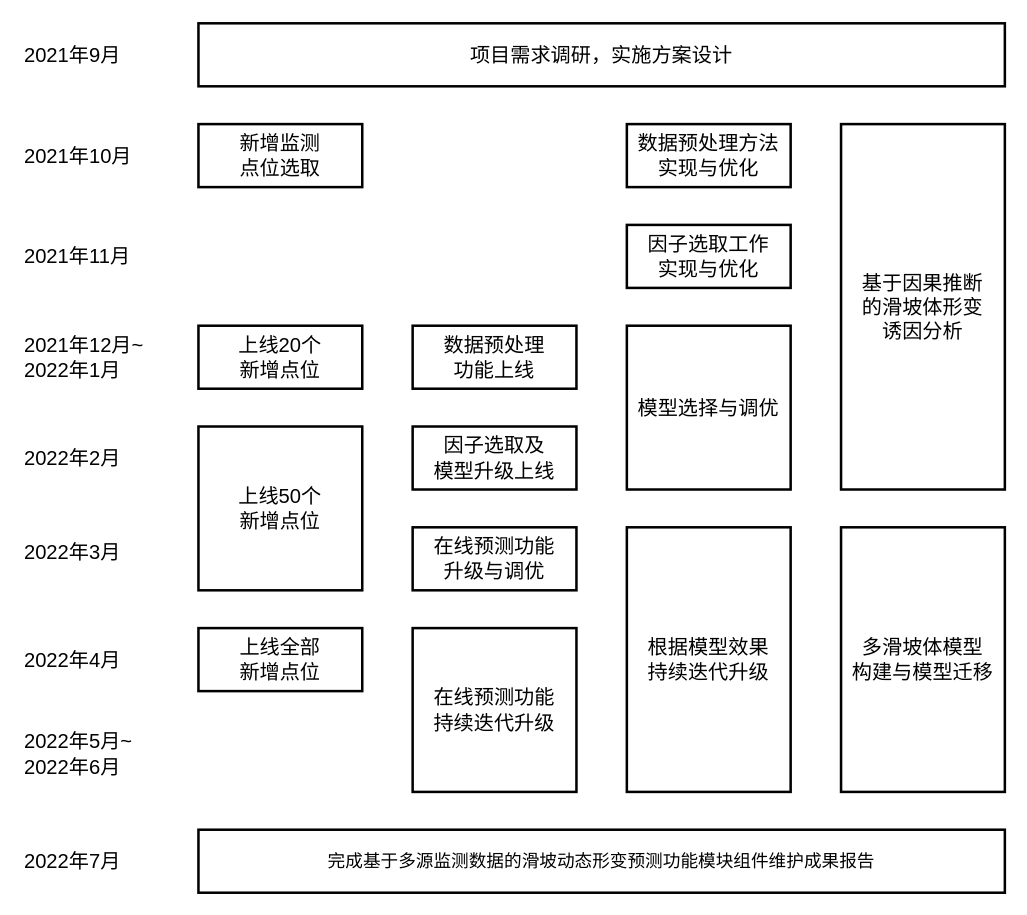
The draw.io diagram LandslideSchedule.drawio in coconutn256/studyFiles, before the edit. Source tidied: cells renumbered, new cells numbered last; positions are measured from the earlier drawing's top-left corner, leaving out a move shared by most shapes. Both pictures are drawn from the tidied source at 126%, with x=0, y=0 at pixel (21, 23).
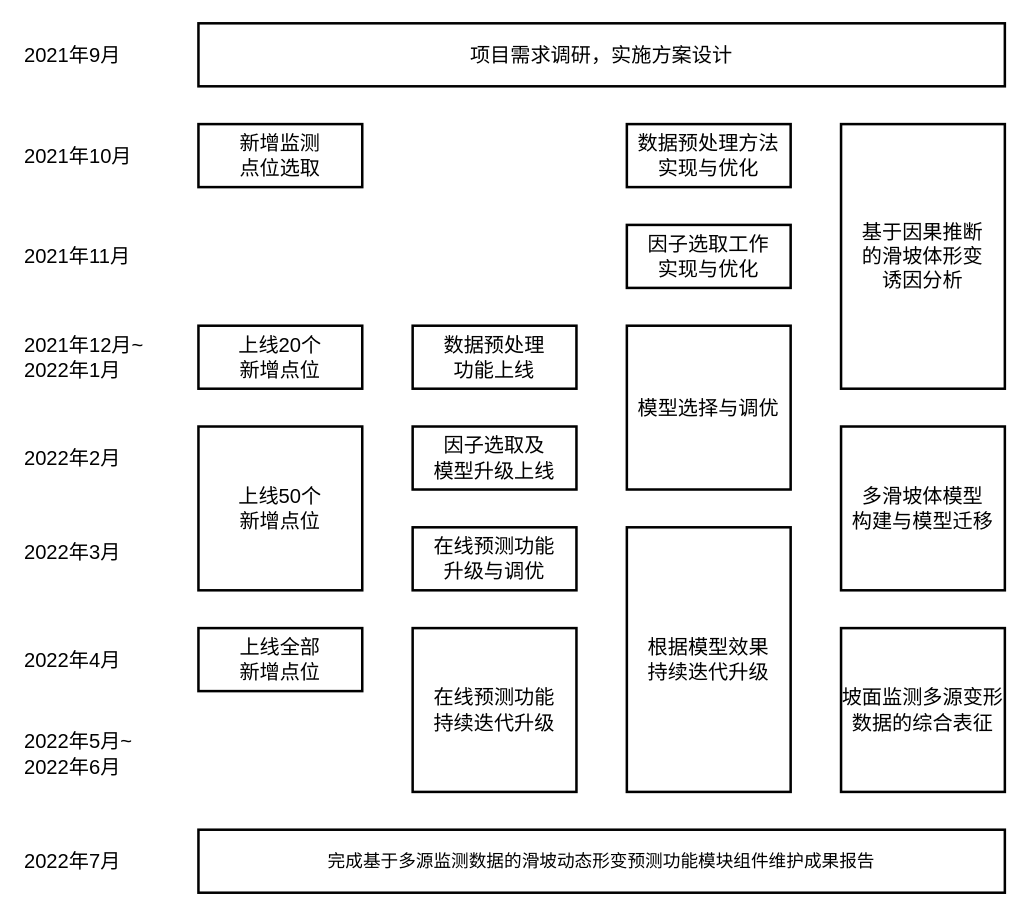
The same diagram, later.

What changed in the source:
```diff
@@
     <mxCell id="15" value="&lt;span style=&quot;font-size: 16px&quot;&gt;基于因果推断&lt;br&gt;的滑坡体形变&lt;br&gt;诱因分析&lt;/span&gt;" style="rounded=0;whiteSpace=wrap;html=1;absoluteArcSize=1;arcSize=14;strokeWidth=2;" parent="1" vertex="1">
-      <mxGeometry x="650" y="80" width="130" height="290" as="geometry" />
+      <mxGeometry x="650" y="80" width="130" height="210" as="geometry" />
     </mxCell>
@@
     <mxCell id="17" value="&lt;span style=&quot;font-size: 16px&quot;&gt;多滑坡体模型&lt;br&gt;构建与模型迁移&lt;/span&gt;" style="rounded=0;whiteSpace=wrap;html=1;absoluteArcSize=1;arcSize=14;strokeWidth=2;" parent="1" vertex="1">
-      <mxGeometry x="650" y="400" width="130" height="210" as="geometry" />
+      <mxGeometry x="650" y="320" width="130" height="130" as="geometry" />
     </mxCell>
@@
+    <mxCell id="27" value="&lt;font style=&quot;font-size: 16px&quot;&gt;坡面监测多源变形数据的综合表征&lt;/font&gt;" style="rounded=0;whiteSpace=wrap;html=1;absoluteArcSize=1;arcSize=14;strokeWidth=2;" parent="1" vertex="1">
+      <mxGeometry x="650" y="480" width="130" height="130" as="geometry" />
+    </mxCell>
```
